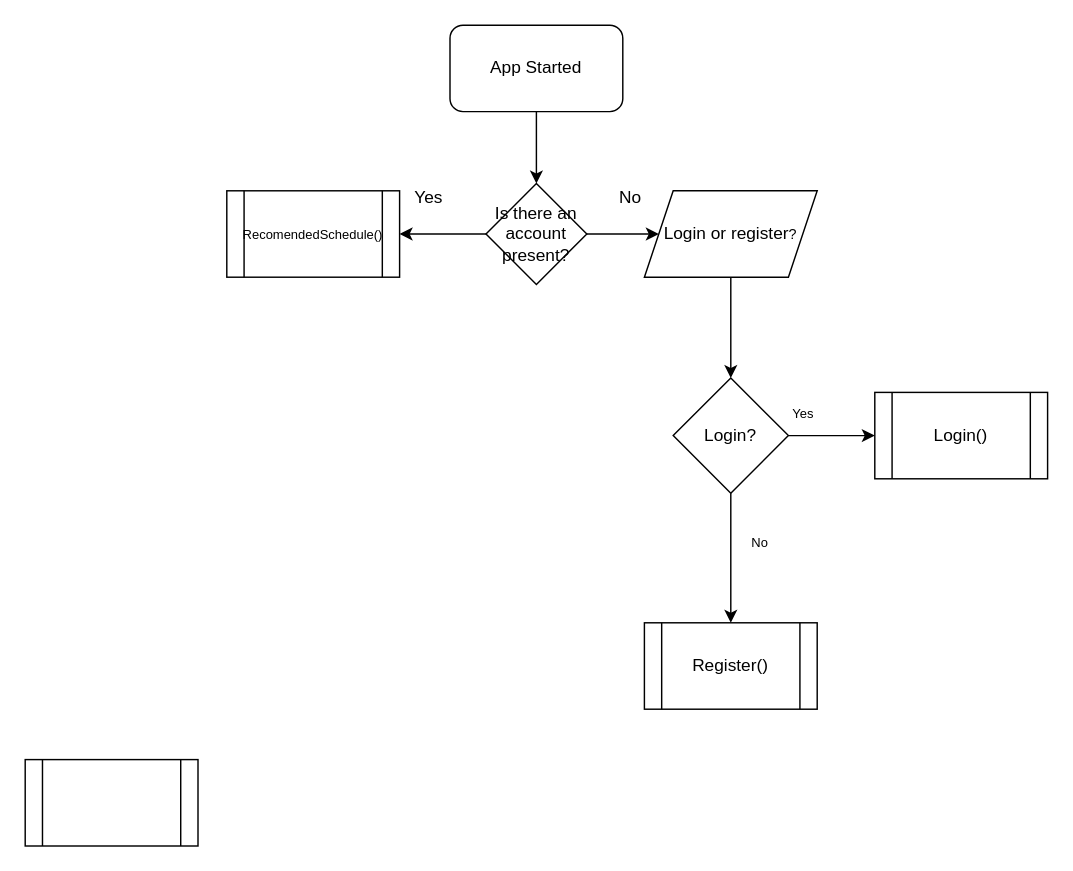
Above: FlowChart.drawio.xml in Erend0/Arnold (draw.io), before the change. Source tidied: cells renumbered, new cells numbered last; positions are measured from the earlier drawing's top-left corner, leaving out a move shared by most shapes. Both pictures are drawn from the tidied source at 144%, with x=0, y=0 at pixel (24, 24).
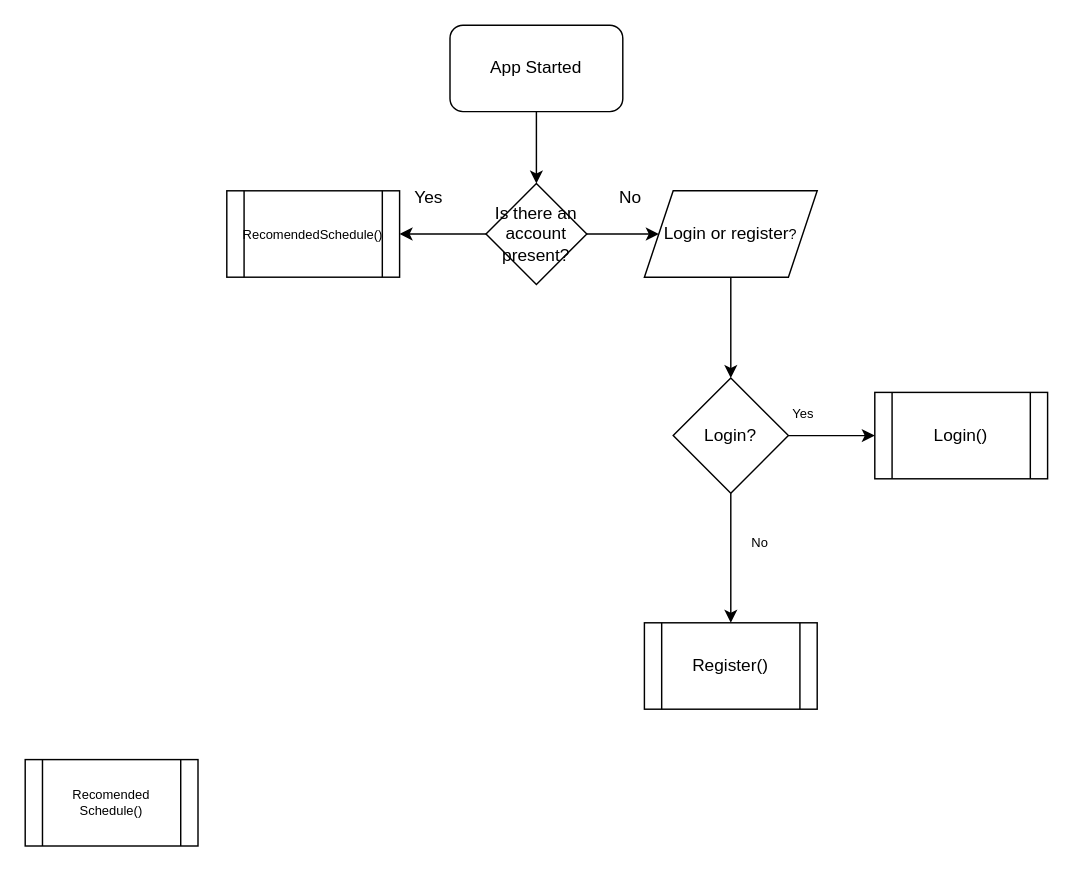
The same diagram, later.

What changed in the source:
```diff
@@
 <mxGraphModel>
   <root>
     <mxCell id="0" />
     <mxCell id="1" parent="0" />
     <mxCell id="2" style="edgeStyle=orthogonalEdgeStyle;rounded=0;jettySize=auto;html=1;" parent="1" edge="1" source="3" target="6">
       <mxGeometry relative="1" as="geometry" />
     </mxCell>
     <mxCell id="3" value="App Started" style="rounded=1;whiteSpace=wrap;html=1;" parent="1" vertex="1">
       <mxGeometry x="295" width="120" height="60" as="geometry" />
     </mxCell>
     <mxCell id="4" style="edgeStyle=orthogonalEdgeStyle;rounded=0;jettySize=auto;html=1;" parent="1" edge="1" source="6" target="9">
       <mxGeometry relative="1" as="geometry" />
     </mxCell>
     <mxCell id="5" style="edgeStyle=orthogonalEdgeStyle;rounded=0;jettySize=auto;html=1;" parent="1" edge="1" source="6" target="11">
       <mxGeometry relative="1" as="geometry" />
     </mxCell>
     <mxCell id="6" value="Is there an account present?" style="rhombus;whiteSpace=wrap;html=1;" parent="1" vertex="1">
       <mxGeometry x="320" y="110" width="70" height="70" as="geometry" />
     </mxCell>
     <mxCell id="7" value="No" style="text;html=1;align=center;verticalAlign=middle;strokeColor=none;fillColor=none;" parent="1" vertex="1">
       <mxGeometry x="400" y="105" width="40" height="30" as="geometry" />
     </mxCell>
     <mxCell id="8" value="Yes&lt;br&gt;" style="text;html=1;align=center;verticalAlign=middle;strokeColor=none;fillColor=none;" parent="1" vertex="1">
       <mxGeometry x="260" y="105" width="40" height="30" as="geometry" />
     </mxCell>
     <mxCell id="9" value="&lt;font style=&quot;font-size: 9px;&quot;&gt;RecomendedSchedule()&lt;/font&gt;" style="shape=process;whiteSpace=wrap;html=1;backgroundOutline=1;" parent="1" vertex="1">
       <mxGeometry x="140" y="115" width="120" height="60" as="geometry" />
     </mxCell>
     <mxCell id="10" style="edgeStyle=orthogonalEdgeStyle;rounded=0;jettySize=auto;html=1;fontSize=11;" parent="1" edge="1" source="11" target="14">
       <mxGeometry relative="1" as="geometry" />
     </mxCell>
     <mxCell id="11" value="Login or register&lt;font size=&quot;1&quot;&gt;?&lt;/font&gt;" style="shape=parallelogram;perimeter=parallelogramPerimeter;whiteSpace=wrap;html=1;fixedSize=1;" parent="1" vertex="1">
       <mxGeometry x="430" y="115" width="120" height="60" as="geometry" />
     </mxCell>
     <mxCell id="12" style="edgeStyle=orthogonalEdgeStyle;rounded=0;jettySize=auto;html=1;fontSize=11;" parent="1" edge="1" source="14" target="15">
       <mxGeometry relative="1" as="geometry" />
     </mxCell>
     <mxCell id="13" style="edgeStyle=orthogonalEdgeStyle;rounded=0;jettySize=auto;html=1;fontSize=9;" parent="1" edge="1" source="14" target="16">
       <mxGeometry relative="1" as="geometry" />
     </mxCell>
     <mxCell id="14" value="Login?" style="rhombus;whiteSpace=wrap;html=1;" parent="1" vertex="1">
       <mxGeometry x="450" y="245" width="80" height="80" as="geometry" />
     </mxCell>
     <mxCell id="15" value="Login()" style="shape=process;whiteSpace=wrap;html=1;backgroundOutline=1;" parent="1" vertex="1">
       <mxGeometry x="590" y="255" width="120" height="60" as="geometry" />
     </mxCell>
     <mxCell id="16" value="Register()" style="shape=process;whiteSpace=wrap;html=1;backgroundOutline=1;" parent="1" vertex="1">
       <mxGeometry x="430" y="415" width="120" height="60" as="geometry" />
     </mxCell>
     <mxCell id="17" value="Yes" style="text;html=1;align=center;verticalAlign=middle;strokeColor=none;fillColor=none;fontSize=9;" parent="1" vertex="1">
       <mxGeometry x="520" y="260" width="40" height="20" as="geometry" />
     </mxCell>
     <mxCell id="18" value="No" style="text;html=1;align=center;verticalAlign=middle;strokeColor=none;fillColor=none;fontSize=9;" parent="1" vertex="1">
       <mxGeometry x="490" y="350" width="40" height="20" as="geometry" />
     </mxCell>
-    <mxCell id="19" style="shape=process;whiteSpace=wrap;html=1;backgroundOutline=1;fontSize=9;" parent="1" vertex="1">
+    <mxCell id="19" value="Recomended Schedule()" style="shape=process;whiteSpace=wrap;html=1;backgroundOutline=1;fontSize=9;" parent="1" vertex="1">
       <mxGeometry y="510" width="120" height="60" as="geometry" />
     </mxCell>
   </root>
 </mxGraphModel>
```
